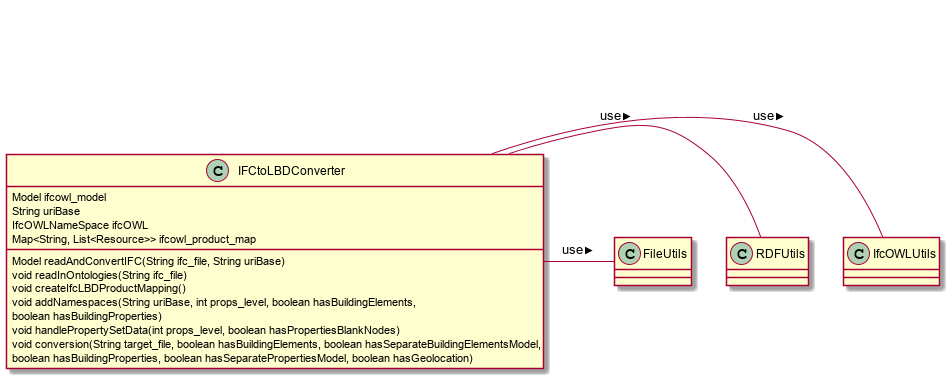
This is docs/doc-graphs/IFCtoLBDConverter_class_diagram.png from jyrkioraskari/IFCtoLBD, a PlantUML export, as it was before one commit.
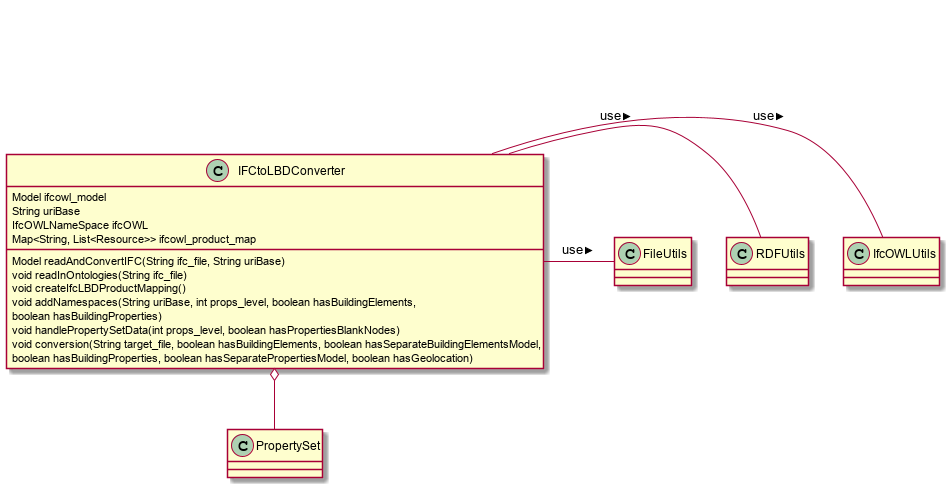
Above is the later version.

Commit message:
PropertSet added to the graph

Diff of the diagram source:
```diff
@@ -17,5 +17,5 @@
 IFCtoLBDConverter - IfcOWLUtils: use >
 IFCtoLBDConverter - RDFUtils: use >
 IFCtoLBDConverter - FileUtils: use >
-
+IFCtoLBDConverter o-- PropertySet
      @enduml
```
